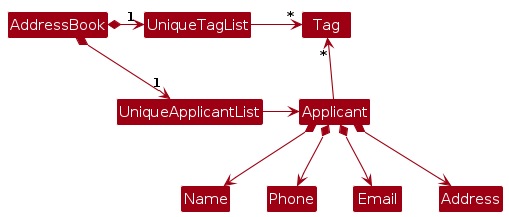
Above: diagrams/BetterModelClassDiagram.png in AY2627S1-CS2103T-W12-4/tp (PlantUML), before the change. Its source is kept beside it as diagrams/BetterModelClassDiagram.puml.
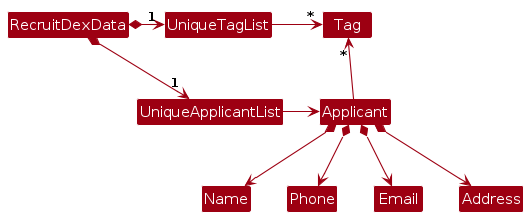
After the change.

The edit, as a diff of the source:
```diff
@@ -4,8 +4,8 @@
 skinparam arrowColor MODEL_COLOR
 skinparam classBackgroundColor MODEL_COLOR
 
-AddressBook *-right-> "1" UniqueApplicantList
-AddressBook *-right-> "1" UniqueTagList
+RecruitDexData *-right-> "1" UniqueApplicantList
+RecruitDexData *-right-> "1" UniqueTagList
 UniqueTagList -[hidden]down- UniqueApplicantList
 UniqueTagList -[hidden]down- UniqueApplicantList
 
```
